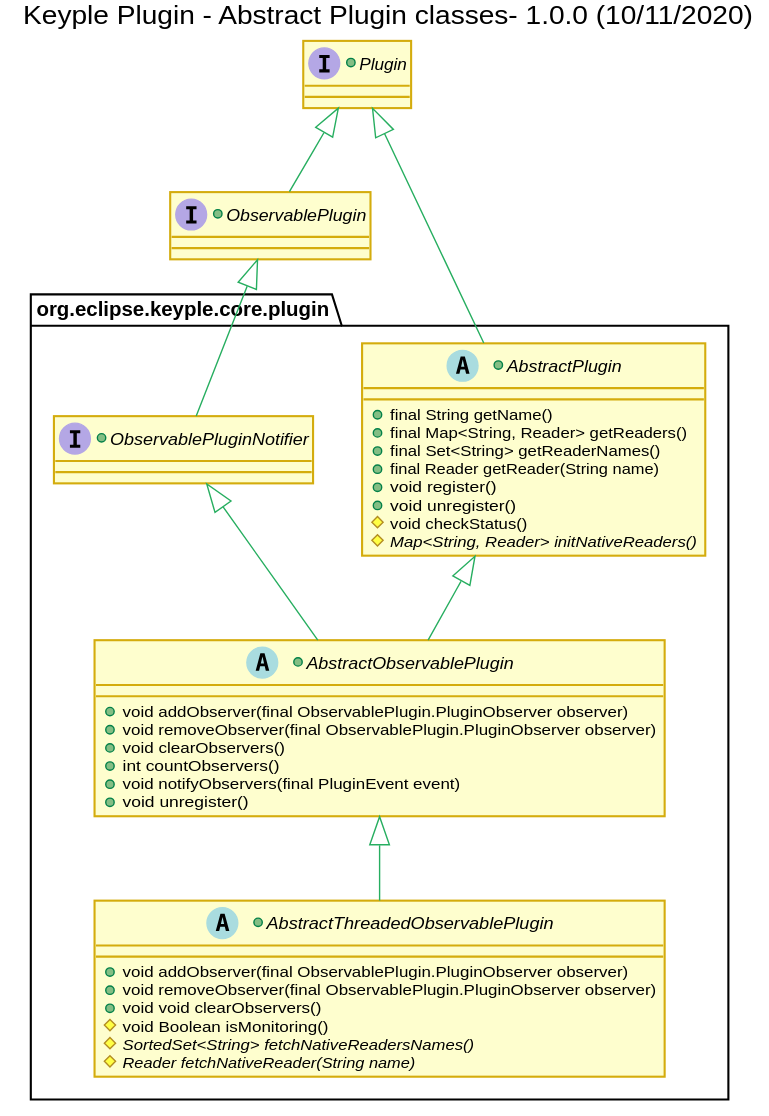
Earlier version of the PlantUML export media/plugin-development/class/AbstractPlugins_Class.svg (yvonneyam/keyple-website). Its diagram source:
```plantuml
@startuml
title
    Keyple Plugin - Abstract Plugin classes- 1.0.0 (10/11/2020)
end title



skinparam Shadowing false
skinparam ClassFontStyle italic
skinparam ClassBorderColor #D4AC0D
skinparam stereotypeABorderColor #A9DCDF
skinparam stereotypeIBorderColor #B4A7E5
skinparam stereotypeCBorderColor #ADD1B2
skinparam stereotypeEBorderColor #EB93DF
skinparam ClassBackgroundColor<<red>> #FDEDEC
skinparam ClassBorderColor<<red>> #E74C3C
hide <<red>> stereotype
skinparam ClassBackgroundColor<<purple>> #F4ECF7
skinparam ClassBorderColor<<purple>> #8E44AD
hide <<purple>> stereotype
skinparam ClassBackgroundColor<<blue>> #EBF5FB
skinparam ClassBorderColor<<blue>> #3498DB
hide <<blue>> stereotype
skinparam ClassBackgroundColor<<green>> #E9F7EF
skinparam ClassBorderColor<<green>> #27AE60
hide <<green>> stereotype
skinparam ClassBackgroundColor<<grey>> #EAECEE
skinparam ClassBorderColor<<grey>> #2C3E50
hide <<grey>> stereotype


+interface Plugin {

}

+interface ObservablePlugin{
}

package "org.eclipse.keyple.core.plugin" as root {

    +interface ObservablePluginNotifier {
    }

     +abstract class AbstractPlugin{
        +final String getName()
        +final Map<String, Reader> getReaders()
        +final Set<String> getReaderNames()
        +final Reader getReader(String name)
        +void register()
        +void unregister()
        #void checkStatus()
        #{abstract} Map<String, Reader> initNativeReaders()

    }
    +abstract class AbstractObservablePlugin {
        +void addObserver(final ObservablePlugin.PluginObserver observer)
        +void removeObserver(final ObservablePlugin.PluginObserver observer)
        +void clearObservers()
        +int countObservers()
        +void notifyObservers(final PluginEvent event)
        +void unregister()
    }

    +abstract class AbstractThreadedObservablePlugin {
        +void addObserver(final ObservablePlugin.PluginObserver observer)
        +void removeObserver(final ObservablePlugin.PluginObserver observer)
        +void void clearObservers()
        #void Boolean isMonitoring()
        #{abstract} SortedSet<String> fetchNativeReadersNames()
        #{abstract} Reader fetchNativeReader(String name)
    }
}


Plugin <|-- AbstractPlugin #27AE60
AbstractPlugin <|-- AbstractObservablePlugin #27AE60
AbstractObservablePlugin <|-- AbstractThreadedObservablePlugin #27AE60
Plugin <|-- ObservablePlugin #27AE60
ObservablePlugin <|-- ObservablePluginNotifier #27AE60
ObservablePluginNotifier <|-- AbstractObservablePlugin #27AE60
@enduml
```
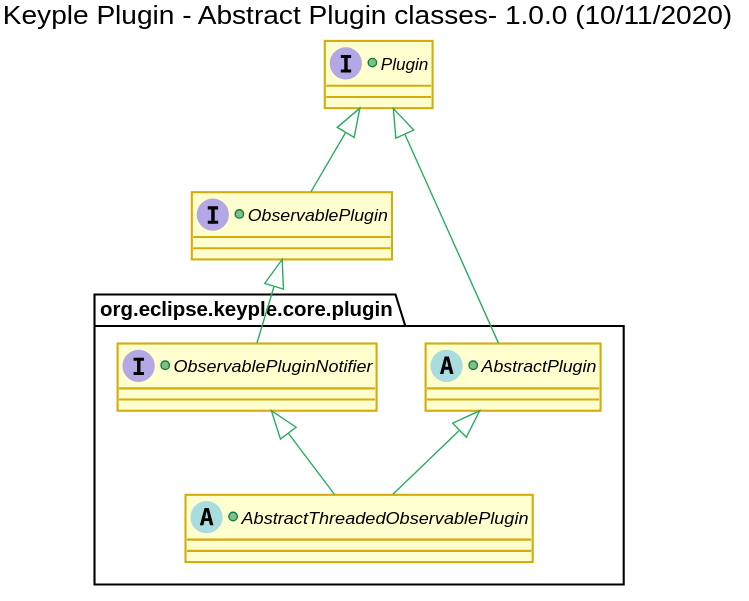
The same diagram one commit later.

What changed in the source:
```diff
@@ -42,40 +42,19 @@
     }
 
      +abstract class AbstractPlugin{
-        +final String getName()
-        +final Map<String, Reader> getReaders()
-        +final Set<String> getReaderNames()
-        +final Reader getReader(String name)
-        +void register()
-        +void unregister()
-        #void checkStatus()
-        #{abstract} Map<String, Reader> initNativeReaders()
 
-    }
-    +abstract class AbstractObservablePlugin {
-        +void addObserver(final ObservablePlugin.PluginObserver observer)
-        +void removeObserver(final ObservablePlugin.PluginObserver observer)
-        +void clearObservers()
-        +int countObservers()
-        +void notifyObservers(final PluginEvent event)
-        +void unregister()
+
     }
 
     +abstract class AbstractThreadedObservablePlugin {
-        +void addObserver(final ObservablePlugin.PluginObserver observer)
-        +void removeObserver(final ObservablePlugin.PluginObserver observer)
-        +void void clearObservers()
-        #void Boolean isMonitoring()
-        #{abstract} SortedSet<String> fetchNativeReadersNames()
-        #{abstract} Reader fetchNativeReader(String name)
+
     }
 }
 
 
 Plugin <|-- AbstractPlugin #27AE60
-AbstractPlugin <|-- AbstractObservablePlugin #27AE60
-AbstractObservablePlugin <|-- AbstractThreadedObservablePlugin #27AE60
+AbstractPlugin <|-- AbstractThreadedObservablePlugin #27AE60
 Plugin <|-- ObservablePlugin #27AE60
 ObservablePlugin <|-- ObservablePluginNotifier #27AE60
-ObservablePluginNotifier <|-- AbstractObservablePlugin #27AE60
+ObservablePluginNotifier <|-- AbstractThreadedObservablePlugin #27AE60
 @enduml
```
